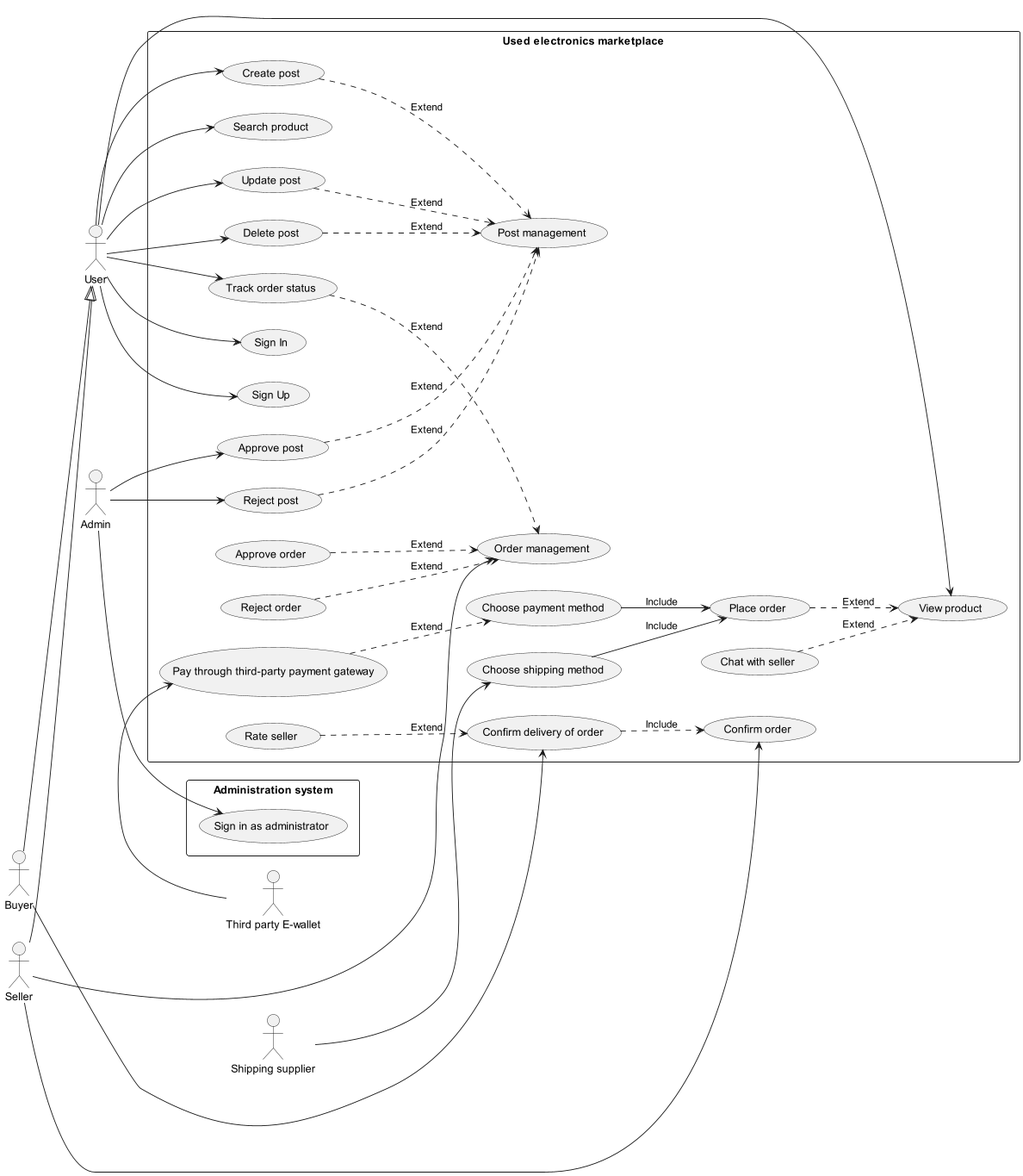
The PlantUML diagram Lab 1.2/img/use-case.png in doublek2712/SE357-Pratice-class, before a commit.
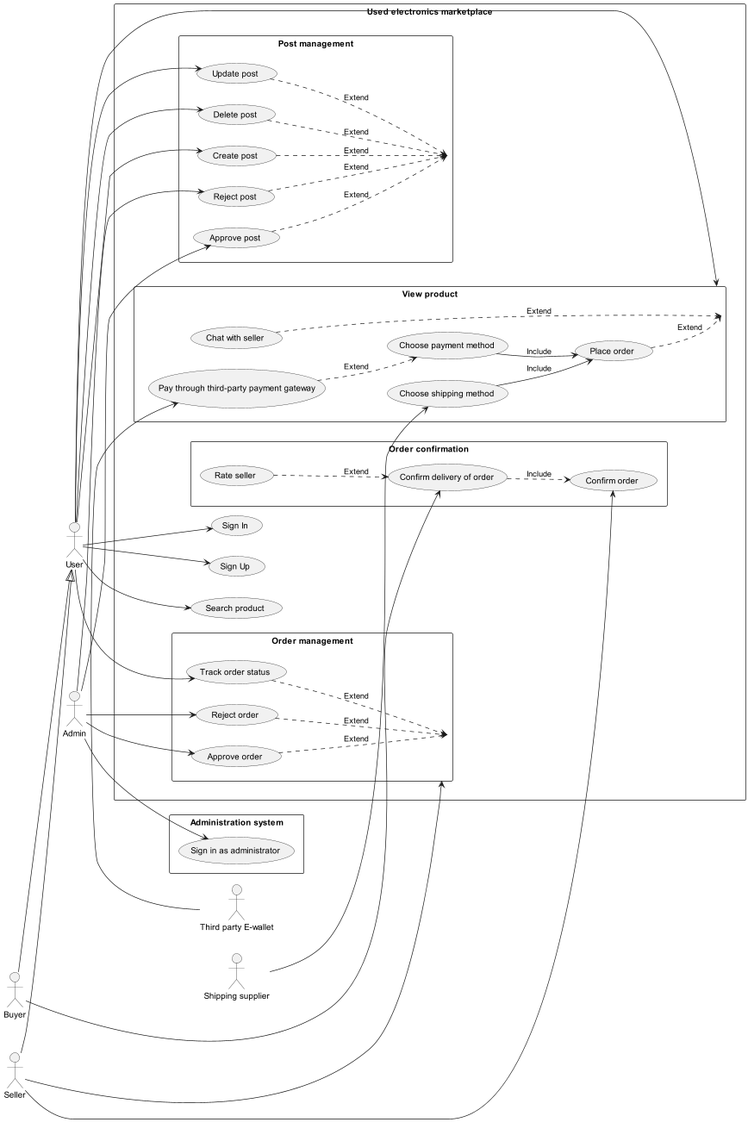
Later version of the same file.

Commit message:
update use case

The edit, as a diff of the source:
```diff
@@ -12,32 +12,43 @@
     User --> (Sign Up)
     User --> (View product)
     User --> (Search product)
-    (Create post) ..> (Post management): Extend
-    (Update post) ..> (Post management): Extend
-    (Delete post) ..> (Post management): Extend
-    (Approve post) ..> (Post management): Extend
-    (Reject post) ..> (Post management): Extend
-    (Chat with seller) ..> (View product): Extend
-    (Place order) ..> (View product): Extend
-    (Choose payment method) --> (Place order): Include
-    (Choose shipping method) --> (Place order): Include
-    "Shipping supplier" --> (Choose shipping method)
-    (Pay through third-party payment gateway) ..> (Choose payment method): Extend
-    "Third party E-wallet" -> (Pay through third-party payment gateway)
+    rectangle "Post management" {
+        (Create post) ..> (Post management): Extend
+        (Update post) ..> (Post management): Extend
+        (Delete post) ..> (Post management): Extend
+        (Approve post) ..> (Post management): Extend
+        (Reject post) ..> (Post management): Extend
+    }
+    rectangle "Order management" {
+        (Approve order) ..> (Order management): Extend
+        (Reject order) ..> (Order management): Extend
+        (Track order status) ..> (Order management): Extend
+    }
+    rectangle "Order confirmation" {
+        (Rate seller) ..> (Confirm delivery of order): Extend
+        Seller --> (Confirm order)
+        (Confirm delivery of order) ..> (Confirm order): Include
+    }
+    rectangle "View product" {
+       (Chat with seller) ..> (View product): Extend
+       (Place order) ..> (View product): Extend
+       (Choose payment method) --> (Place order): Include
+       (Choose shipping method) --> (Place order): Include
+       "Shipping supplier" --> (Choose shipping method)
+       (Pay through third-party payment gateway) ..> (Choose payment method): Extend
+       "Third party E-wallet" -> (Pay through third-party payment gateway)
+    }
     User --> (Create post)
     User --> (Update post)
     User --> (Delete post)
     Admin --> (Approve post)
     Admin --> (Reject post)
-    (Approve order) ..> (Order management): Extend
-    (Reject order) ..> (Order management): Extend
-    (Track order status) ..> (Order management): Extend
+    Admin --> (Approve order)
+    Admin --> (Reject order)
     Seller --> (Order management)
     User --> (Track order status)
     Buyer --> (Confirm delivery of order)
-    (Rate seller) ..> (Confirm delivery of order): Extend
-    Seller --> (Confirm order)
-    (Confirm delivery of order) ..> (Confirm order): Include
+
 }
 rectangle "Administration system"{
     Admin --> (Sign in as administrator)
```
